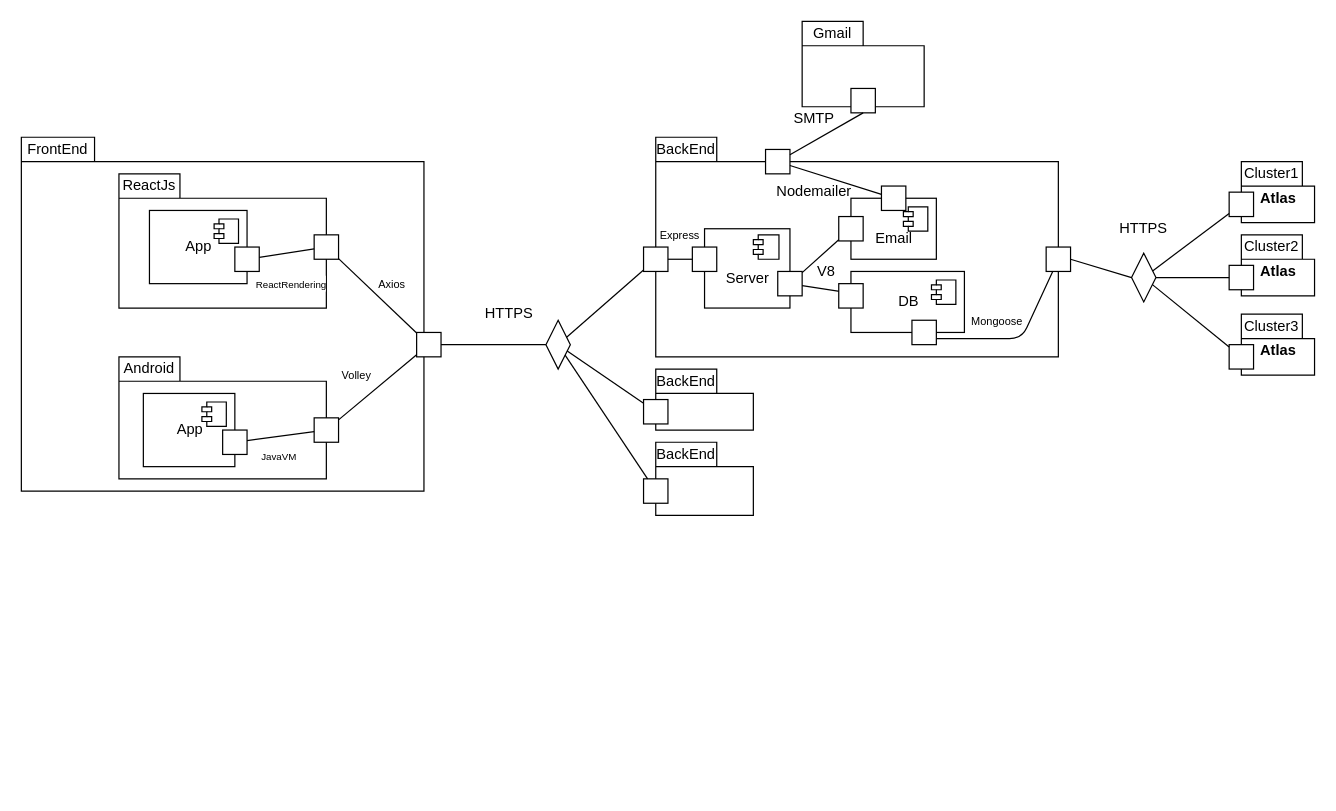
Above: memoria/diagrams/cyc_v1.drawio in UNIZAR-30226-2021-03/documentacion (draw.io), before the change. Source tidied: cells renumbered, new cells numbered last; positions are measured from the earlier drawing's top-left corner, leaving out a move shared by most shapes. Both pictures are drawn from the tidied source at 122%, with x=0, y=0 at pixel (21, 21).
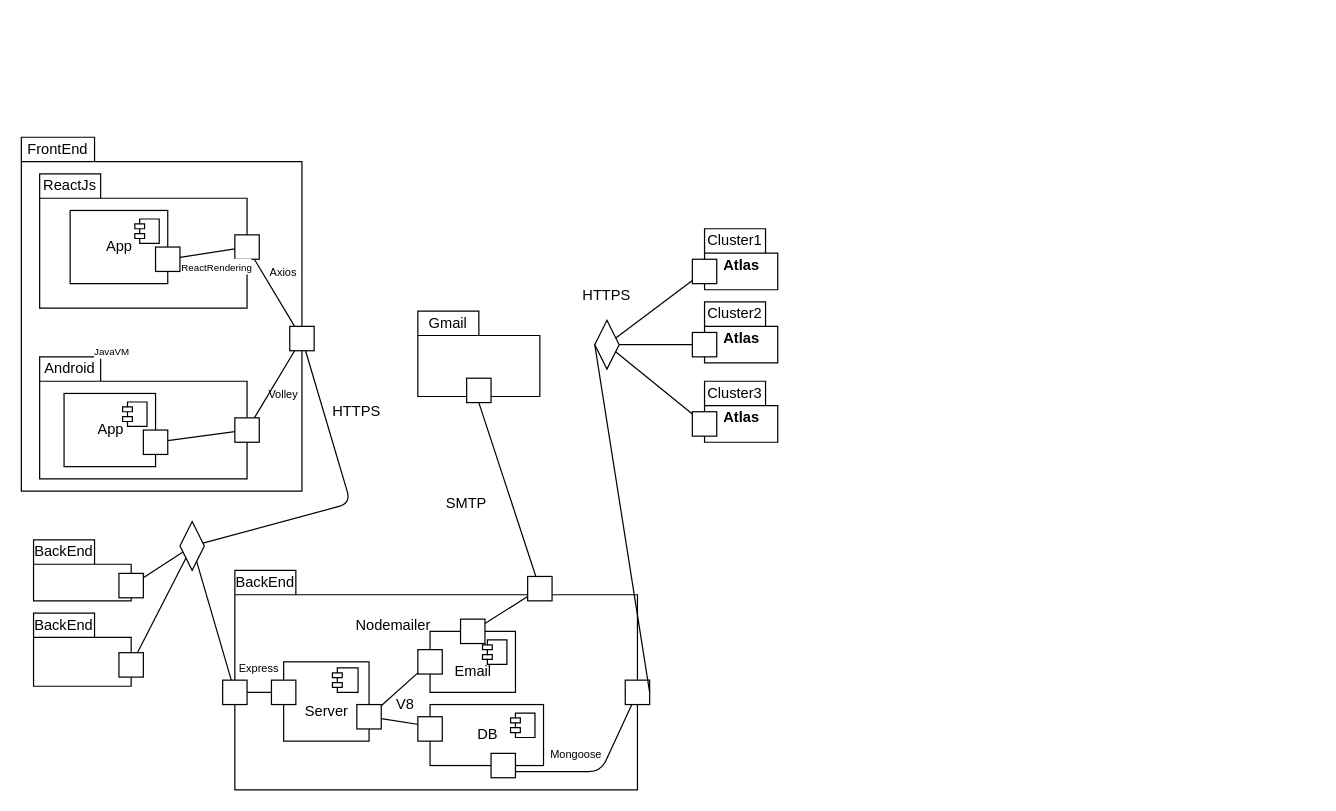
The same page after the edit.

Unchanged cells that the change refers to:
```xml
<mxCell id="17" style="endArrow=none;html=1;" parent="1" edge="1" source="10" target="9">
  <mxGeometry relative="1" as="geometry" />
</mxCell>
```

What changed in the source:
```diff
@@
     <mxCell id="2" style="shape=folder;fontStyle=1;spacingTop=10;tabWidth=60;tabHeight=20;tabPosition=left;html=1;" parent="1" vertex="1">
-      <mxGeometry y="95" width="330" height="290" as="geometry" />
+      <mxGeometry y="95" width="230" height="290" as="geometry" />
     </mxCell>
     <mxCell id="3" style="shape=folder;fontStyle=1;spacingTop=10;tabWidth=50;tabHeight=20;tabPosition=left;html=1;" parent="1" vertex="1">
-      <mxGeometry x="80" y="125" width="170" height="110" as="geometry" />
+      <mxGeometry x="15" y="125" width="170" height="110" as="geometry" />
     </mxCell>
     <mxCell id="4" style="shape=folder;fontStyle=1;spacingTop=10;tabWidth=50;tabHeight=20;tabPosition=left;html=1;" parent="1" vertex="1">
-      <mxGeometry x="80" y="275" width="170" height="100" as="geometry" />
+      <mxGeometry x="15" y="275" width="170" height="100" as="geometry" />
     </mxCell>
     <mxCell id="5" value="App" style="html=1;" parent="1" vertex="1">
-      <mxGeometry x="105" y="155" width="80" height="60" as="geometry" />
+      <mxGeometry x="40" y="155" width="80" height="60" as="geometry" />
     </mxCell>
@@
     <mxCell id="7" value="App" style="html=1;" parent="1" vertex="1">
-      <mxGeometry x="100" y="305" width="75" height="60" as="geometry" />
+      <mxGeometry x="35" y="305" width="75" height="60" as="geometry" />
     </mxCell>
@@
     <mxCell id="9" style="rounded=0;whiteSpace=wrap;html=1;" parent="1" vertex="1">
-      <mxGeometry x="240" y="175" width="20" height="20" as="geometry" />
+      <mxGeometry x="175" y="175" width="20" height="20" as="geometry" />
     </mxCell>
     <mxCell id="10" style="rounded=0;whiteSpace=wrap;html=1;" parent="1" vertex="1">
-      <mxGeometry x="175" y="185" width="20" height="20" as="geometry" />
+      <mxGeometry x="110" y="185" width="20" height="20" as="geometry" />
     </mxCell>
     <mxCell id="11" style="rounded=0;whiteSpace=wrap;html=1;" parent="1" vertex="1">
-      <mxGeometry x="324" y="255" width="20" height="20" as="geometry" />
+      <mxGeometry x="220" y="250" width="20" height="20" as="geometry" />
     </mxCell>
     <mxCell id="12" style="rounded=0;whiteSpace=wrap;html=1;" parent="1" vertex="1">
-      <mxGeometry x="165" y="335" width="20" height="20" as="geometry" />
+      <mxGeometry x="100" y="335" width="20" height="20" as="geometry" />
     </mxCell>
     <mxCell id="13" style="rounded=0;whiteSpace=wrap;html=1;" parent="1" vertex="1">
-      <mxGeometry x="240" y="325" width="20" height="20" as="geometry" />
+      <mxGeometry x="175" y="325" width="20" height="20" as="geometry" />
     </mxCell>
     <mxCell id="14" value="ReactJs" style="text;html=1;strokeColor=none;fillColor=none;align=center;verticalAlign=middle;whiteSpace=wrap;rounded=0;" parent="1" vertex="1">
-      <mxGeometry x="80" y="125" width="50" height="20" as="geometry" />
+      <mxGeometry x="15" y="125" width="50" height="20" as="geometry" />
     </mxCell>
@@
     <mxCell id="16" value="Android" style="text;html=1;strokeColor=none;fillColor=none;align=center;verticalAlign=middle;whiteSpace=wrap;rounded=0;" parent="1" vertex="1">
-      <mxGeometry x="85" y="275" width="40" height="20" as="geometry" />
+      <mxGeometry x="20" y="275" width="40" height="20" as="geometry" />
     </mxCell>
@@
     <mxCell id="18" value="&lt;font style=&quot;font-size: 8px&quot;&gt;ReactRendering&lt;/font&gt;" style="edgeLabel;html=1;align=center;verticalAlign=middle;" parent="17" vertex="1">
       <mxGeometry x="-0.25" relative="1" as="geometry">
-        <mxPoint x="8.2" y="24.1" as="offset" />
+        <mxPoint x="13.1" y="9.2" as="offset" />
       </mxGeometry>
     </mxCell>
-    <mxCell id="19" style="endArrow=none;html=1;" parent="1" edge="1" source="12" target="13">
-      <mxGeometry relative="1" as="geometry" />
+    <mxCell id="19" style="endArrow=none;html=1;" parent="1" edge="1" source="12">
+      <mxGeometry relative="1" as="geometry">
+        <mxPoint x="175" y="336.3" as="targetPoint" />
+      </mxGeometry>
     </mxCell>
     <mxCell id="20" value="&lt;span style=&quot;font-size: 8px&quot;&gt;JavaVM&lt;/span&gt;" style="edgeLabel;html=1;align=center;verticalAlign=middle;" parent="1" vertex="1">
-      <mxGeometry x="210" y="355" as="geometry" />
+      <mxGeometry x="70" y="285" as="geometry">
+        <mxPoint x="3" y="-16" as="offset" />
+      </mxGeometry>
     </mxCell>
@@
     <mxCell id="23" value="&lt;font style=&quot;font-size: 9px&quot;&gt;Volley&lt;/font&gt;" style="text;html=1;strokeColor=none;fillColor=none;align=center;verticalAlign=middle;whiteSpace=wrap;rounded=0;" parent="1" vertex="1">
-      <mxGeometry x="260" y="285" width="30" height="10" as="geometry" />
+      <mxGeometry x="200" y="300" width="30" height="10" as="geometry" />
     </mxCell>
     <mxCell id="24" value="&lt;font style=&quot;font-size: 9px&quot;&gt;Axios&lt;/font&gt;" style="text;html=1;strokeColor=none;fillColor=none;align=center;verticalAlign=middle;whiteSpace=wrap;rounded=0;" parent="1" vertex="1">
-      <mxGeometry x="284" y="205" width="40" height="20" as="geometry" />
+      <mxGeometry x="195" y="195" width="40" height="20" as="geometry" />
     </mxCell>
     <mxCell id="25" style="rhombus;whiteSpace=wrap;html=1;" parent="1" vertex="1">
-      <mxGeometry x="430" y="245" width="20" height="40" as="geometry" />
+      <mxGeometry x="130" y="410" width="20" height="40" as="geometry" />
     </mxCell>
     <mxCell id="26" style="endArrow=none;html=1;" parent="1" edge="1" source="11" target="25">
-      <mxGeometry relative="1" as="geometry" />
+      <mxGeometry relative="1" as="geometry">
+        <Array as="points">
+          <mxPoint x="270" y="395" />
+        </Array>
+      </mxGeometry>
     </mxCell>
     <mxCell id="27" style="shape=folder;fontStyle=1;spacingTop=10;tabWidth=50;tabHeight=20;tabPosition=left;html=1;" parent="1" vertex="1">
-      <mxGeometry x="520" y="95" width="330" height="180" as="geometry" />
+      <mxGeometry x="175" y="450" width="330" height="180" as="geometry" />
     </mxCell>
     <mxCell id="28" value="BackEnd" style="text;html=1;strokeColor=none;fillColor=none;align=center;verticalAlign=middle;whiteSpace=wrap;rounded=0;" parent="1" vertex="1">
-      <mxGeometry x="520" y="95" width="50" height="20" as="geometry" />
+      <mxGeometry x="175" y="450" width="50" height="20" as="geometry" />
     </mxCell>
     <mxCell id="29" style="shape=folder;fontStyle=1;spacingTop=10;tabWidth=50;tabHeight=20;tabPosition=left;html=1;" parent="1" vertex="1">
-      <mxGeometry x="520" y="285" width="80" height="50" as="geometry" />
+      <mxGeometry x="10" y="425" width="80" height="50" as="geometry" />
     </mxCell>
     <mxCell id="30" value="BackEnd" style="text;html=1;strokeColor=none;fillColor=none;align=center;verticalAlign=middle;whiteSpace=wrap;rounded=0;" parent="1" vertex="1">
-      <mxGeometry x="520" y="285" width="50" height="20" as="geometry" />
+      <mxGeometry x="10" y="425" width="50" height="20" as="geometry" />
     </mxCell>
     <mxCell id="31" style="shape=folder;fontStyle=1;spacingTop=10;tabWidth=50;tabHeight=20;tabPosition=left;html=1;" parent="1" vertex="1">
-      <mxGeometry x="520" y="345" width="80" height="60" as="geometry" />
+      <mxGeometry x="10" y="485" width="80" height="60" as="geometry" />
     </mxCell>
     <mxCell id="32" value="BackEnd" style="text;html=1;strokeColor=none;fillColor=none;align=center;verticalAlign=middle;whiteSpace=wrap;rounded=0;" parent="1" vertex="1">
-      <mxGeometry x="520" y="345" width="50" height="20" as="geometry" />
+      <mxGeometry x="10" y="485" width="50" height="20" as="geometry" />
     </mxCell>
     <mxCell id="33" style="rounded=0;whiteSpace=wrap;html=1;" parent="1" vertex="1">
-      <mxGeometry x="510" y="185" width="20" height="20" as="geometry" />
+      <mxGeometry x="165" y="540" width="20" height="20" as="geometry" />
     </mxCell>
     <mxCell id="34" style="rounded=0;whiteSpace=wrap;html=1;" parent="1" vertex="1">
-      <mxGeometry x="510" y="310" width="20" height="20" as="geometry" />
+      <mxGeometry x="80" y="452.5" width="20" height="20" as="geometry" />
     </mxCell>
     <mxCell id="35" style="rounded=0;whiteSpace=wrap;html=1;" parent="1" vertex="1">
-      <mxGeometry x="510" y="375" width="20" height="20" as="geometry" />
+      <mxGeometry x="80" y="517.5" width="20" height="20" as="geometry" />
     </mxCell>
@@
     <mxCell id="39" value="&lt;br&gt;Server" style="html=1;" parent="1" vertex="1">
-      <mxGeometry x="560" y="170" width="70" height="65" as="geometry" />
+      <mxGeometry x="215" y="525" width="70" height="65" as="geometry" />
     </mxCell>
@@
     <mxCell id="41" style="rounded=0;whiteSpace=wrap;html=1;" parent="1" vertex="1">
-      <mxGeometry x="550" y="185" width="20" height="20" as="geometry" />
+      <mxGeometry x="205" y="540" width="20" height="20" as="geometry" />
     </mxCell>
@@
     <mxCell id="43" value="&lt;font style=&quot;font-size: 9px&quot;&gt;Express&lt;/font&gt;" style="text;html=1;strokeColor=none;fillColor=none;align=center;verticalAlign=middle;whiteSpace=wrap;rounded=0;" parent="1" vertex="1">
-      <mxGeometry x="520" y="165" width="40" height="20" as="geometry" />
+      <mxGeometry x="175" y="520" width="40" height="20" as="geometry" />
     </mxCell>
     <mxCell id="44" style="rounded=0;whiteSpace=wrap;html=1;" parent="1" vertex="1">
-      <mxGeometry x="620" y="205" width="20" height="20" as="geometry" />
+      <mxGeometry x="275" y="560" width="20" height="20" as="geometry" />
     </mxCell>
     <mxCell id="45" value="&lt;br&gt;Email" style="html=1;" parent="1" vertex="1">
-      <mxGeometry x="680" y="145" width="70" height="50" as="geometry" />
+      <mxGeometry x="335" y="500" width="70" height="50" as="geometry" />
     </mxCell>
@@
     <mxCell id="47" style="rounded=0;whiteSpace=wrap;html=1;" parent="1" vertex="1">
-      <mxGeometry x="670" y="160" width="20" height="20" as="geometry" />
+      <mxGeometry x="325" y="515" width="20" height="20" as="geometry" />
     </mxCell>
@@
     <mxCell id="49" value="DB" style="html=1;" parent="1" vertex="1">
-      <mxGeometry x="680" y="205" width="93" height="50" as="geometry" />
+      <mxGeometry x="335" y="560" width="93" height="50" as="geometry" />
     </mxCell>
@@
     <mxCell id="52" style="rounded=0;whiteSpace=wrap;html=1;" parent="1" vertex="1">
-      <mxGeometry x="670" y="215" width="20" height="20" as="geometry" />
+      <mxGeometry x="325" y="570" width="20" height="20" as="geometry" />
     </mxCell>
     <mxCell id="53" style="rounded=0;whiteSpace=wrap;html=1;" parent="1" vertex="1">
-      <mxGeometry x="840" y="185" width="20" height="20" as="geometry" />
+      <mxGeometry x="495" y="540" width="20" height="20" as="geometry" />
     </mxCell>
     <mxCell id="54" value="V8" style="text;html=1;strokeColor=none;fillColor=none;align=center;verticalAlign=middle;whiteSpace=wrap;rounded=0;" parent="1" vertex="1">
-      <mxGeometry x="640" y="195" width="40" height="20" as="geometry" />
+      <mxGeometry x="295" y="550" width="40" height="20" as="geometry" />
     </mxCell>
     <mxCell id="55" style="endArrow=none;html=1;exitX=1;exitY=0.75;exitDx=0;exitDy=0;" parent="1" edge="1" source="56" target="53">
       <mxGeometry relative="1" as="geometry">
         <Array as="points">
-          <mxPoint x="820" y="260" />
+          <mxPoint x="475" y="615" />
         </Array>
       </mxGeometry>
     </mxCell>
     <mxCell id="56" style="rounded=0;whiteSpace=wrap;html=1;" parent="1" vertex="1">
-      <mxGeometry x="730" y="245" width="20" height="20" as="geometry" />
+      <mxGeometry x="385" y="600" width="20" height="20" as="geometry" />
     </mxCell>
     <mxCell id="57" value="&lt;font style=&quot;font-size: 9px&quot;&gt;Mongoose&lt;/font&gt;" style="text;html=1;strokeColor=none;fillColor=none;align=center;verticalAlign=middle;whiteSpace=wrap;rounded=0;" parent="1" vertex="1">
-      <mxGeometry x="780" y="235" width="40" height="20" as="geometry" />
+      <mxGeometry x="435" y="590" width="40" height="20" as="geometry" />
     </mxCell>
     <mxCell id="58" value="Atlas" style="shape=folder;fontStyle=1;spacingTop=10;tabWidth=50;tabHeight=20;tabPosition=left;html=1;" parent="1" vertex="1">
-      <mxGeometry x="1000" y="115" width="60" height="50" as="geometry" />
+      <mxGeometry x="560" y="170" width="60" height="50" as="geometry" />
     </mxCell>
     <mxCell id="59" value="Cluster1" style="text;html=1;strokeColor=none;fillColor=none;align=center;verticalAlign=middle;whiteSpace=wrap;rounded=0;" parent="1" vertex="1">
-      <mxGeometry x="1000" y="115" width="50" height="20" as="geometry" />
+      <mxGeometry x="560" y="170" width="50" height="20" as="geometry" />
     </mxCell>
     <mxCell id="60" style="rounded=0;whiteSpace=wrap;html=1;" parent="1" vertex="1">
-      <mxGeometry x="990" y="140" width="20" height="20" as="geometry" />
+      <mxGeometry x="550" y="195" width="20" height="20" as="geometry" />
     </mxCell>
     <mxCell id="61" value="Atlas" style="shape=folder;fontStyle=1;spacingTop=10;tabWidth=50;tabHeight=20;tabPosition=left;html=1;" parent="1" vertex="1">
-      <mxGeometry x="1000" y="175" width="60" height="50" as="geometry" />
+      <mxGeometry x="560" y="230" width="60" height="50" as="geometry" />
     </mxCell>
     <mxCell id="62" value="Cluster2" style="text;html=1;strokeColor=none;fillColor=none;align=center;verticalAlign=middle;whiteSpace=wrap;rounded=0;" parent="1" vertex="1">
-      <mxGeometry x="1000" y="175" width="50" height="20" as="geometry" />
+      <mxGeometry x="560" y="230" width="50" height="20" as="geometry" />
     </mxCell>
     <mxCell id="63" style="rounded=0;whiteSpace=wrap;html=1;" parent="1" vertex="1">
-      <mxGeometry x="990" y="200" width="20" height="20" as="geometry" />
+      <mxGeometry x="550" y="255" width="20" height="20" as="geometry" />
     </mxCell>
     <mxCell id="64" value="Atlas" style="shape=folder;fontStyle=1;spacingTop=10;tabWidth=50;tabHeight=20;tabPosition=left;html=1;" parent="1" vertex="1">
-      <mxGeometry x="1000" y="240" width="60" height="50" as="geometry" />
+      <mxGeometry x="560" y="295" width="60" height="50" as="geometry" />
     </mxCell>
     <mxCell id="65" value="Cluster3" style="text;html=1;strokeColor=none;fillColor=none;align=center;verticalAlign=middle;whiteSpace=wrap;rounded=0;" parent="1" vertex="1">
-      <mxGeometry x="1000" y="240" width="50" height="20" as="geometry" />
+      <mxGeometry x="560" y="295" width="50" height="20" as="geometry" />
     </mxCell>
     <mxCell id="66" style="rounded=0;whiteSpace=wrap;html=1;" parent="1" vertex="1">
-      <mxGeometry x="990" y="265" width="20" height="20" as="geometry" />
+      <mxGeometry x="550" y="320" width="20" height="20" as="geometry" />
     </mxCell>
     <mxCell id="67" style="rhombus;whiteSpace=wrap;html=1;" parent="1" vertex="1">
-      <mxGeometry x="910" y="190" width="20" height="40" as="geometry" />
+      <mxGeometry x="470" y="245" width="20" height="40" as="geometry" />
     </mxCell>
@@
     <mxCell id="72" value="HTTPS" style="text;html=1;strokeColor=none;fillColor=none;align=center;verticalAlign=middle;whiteSpace=wrap;rounded=0;" parent="1" vertex="1">
-      <mxGeometry x="380" y="230" width="40" height="20" as="geometry" />
+      <mxGeometry x="255" y="310" width="40" height="20" as="geometry" />
     </mxCell>
     <mxCell id="73" value="HTTPS" style="text;html=1;strokeColor=none;fillColor=none;align=center;verticalAlign=middle;whiteSpace=wrap;rounded=0;" parent="1" vertex="1">
-      <mxGeometry x="900" y="160" width="40" height="20" as="geometry" />
+      <mxGeometry x="460" y="215" width="40" height="20" as="geometry" />
     </mxCell>
     <mxCell id="74" style="shape=folder;fontStyle=1;spacingTop=10;tabWidth=50;tabHeight=20;tabPosition=left;html=1;" parent="1" vertex="1">
-      <mxGeometry x="640" width="100" height="70" as="geometry" />
+      <mxGeometry x="325" y="237.5" width="100" height="70" as="geometry" />
     </mxCell>
     <mxCell id="75" value="Gmail" style="text;html=1;strokeColor=none;fillColor=none;align=center;verticalAlign=middle;whiteSpace=wrap;rounded=0;" parent="1" vertex="1">
-      <mxGeometry x="640" width="50" height="20" as="geometry" />
+      <mxGeometry x="325" y="237.5" width="50" height="20" as="geometry" />
     </mxCell>
     <mxCell id="76" style="rounded=0;whiteSpace=wrap;html=1;" parent="1" vertex="1">
-      <mxGeometry x="705" y="135" width="20" height="20" as="geometry" />
+      <mxGeometry x="360" y="490" width="20" height="20" as="geometry" />
     </mxCell>
     <mxCell id="77" style="rounded=0;whiteSpace=wrap;html=1;" parent="1" vertex="1">
-      <mxGeometry x="610" y="105" width="20" height="20" as="geometry" />
+      <mxGeometry x="415" y="455" width="20" height="20" as="geometry" />
     </mxCell>
@@
     <mxCell id="79" value="Nodemailer" style="text;html=1;strokeColor=none;fillColor=none;align=center;verticalAlign=middle;whiteSpace=wrap;rounded=0;" parent="1" vertex="1">
-      <mxGeometry x="635" y="135" width="30" height="10" as="geometry" />
+      <mxGeometry x="290" y="490" width="30" height="10" as="geometry" />
     </mxCell>
     <mxCell id="80" style="rounded=0;whiteSpace=wrap;html=1;" parent="1" vertex="1">
-      <mxGeometry x="680" y="55" width="20" height="20" as="geometry" />
+      <mxGeometry x="365" y="292.5" width="20" height="20" as="geometry" />
     </mxCell>
@@
     <mxCell id="82" value="SMTP" style="text;html=1;strokeColor=none;fillColor=none;align=center;verticalAlign=middle;whiteSpace=wrap;rounded=0;" parent="1" vertex="1">
-      <mxGeometry x="630" y="70" width="40" height="20" as="geometry" />
+      <mxGeometry x="345" y="385" width="40" height="20" as="geometry" />
     </mxCell>
```
